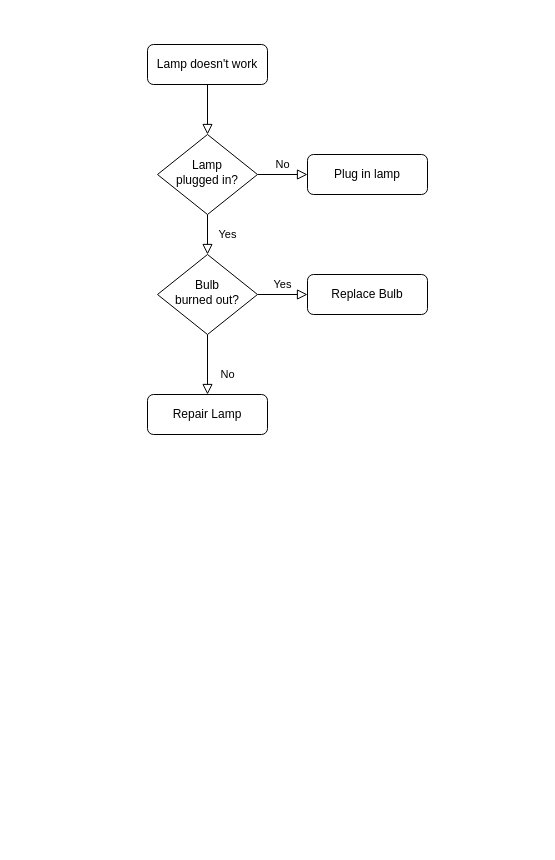
The draw.io diagram 100DOPblackjack.drawio in embabin/LearnPython, before the edit. Source tidied: cells renumbered, new cells numbered last; positions are measured from the earlier drawing's top-left corner, leaving out a move shared by most shapes. Both pictures are drawn from the tidied source at 100%, with x=0, y=0 at pixel (147, 44).
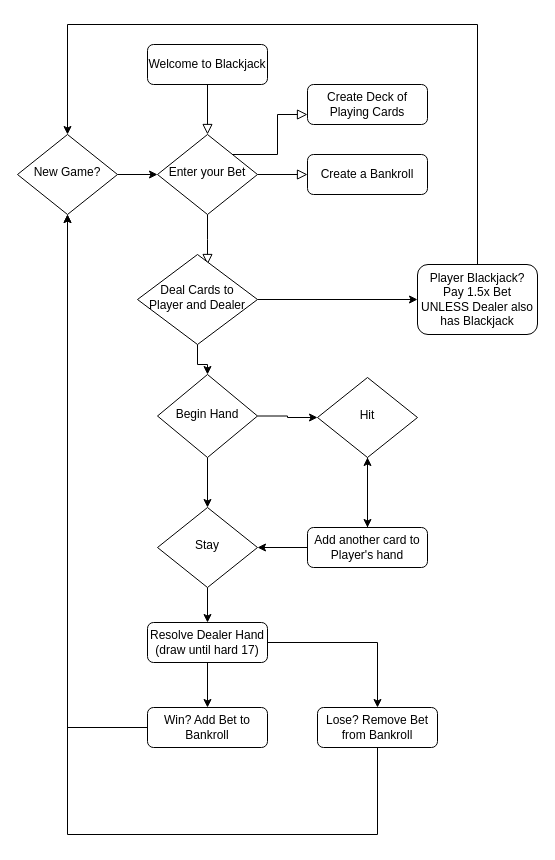
The same page after the edit.

The edit, as a diff of the source:
```diff
@@
-    <mxCell id="3" value="Lamp doesn't work" style="rounded=1;whiteSpace=wrap;html=1;fontSize=12;glass=0;strokeWidth=1;shadow=0;" parent="1" vertex="1">
+    <mxCell id="3" value="Welcome to Blackjack" style="rounded=1;whiteSpace=wrap;html=1;fontSize=12;glass=0;strokeWidth=1;shadow=0;" parent="1" vertex="1">
       <mxGeometry width="120" height="40" as="geometry" />
     </mxCell>
-    <mxCell id="4" value="Yes" style="rounded=0;html=1;jettySize=auto;fontSize=11;endArrow=block;endFill=0;endSize=8;strokeWidth=1;shadow=0;labelBackgroundColor=none;edgeStyle=orthogonalEdgeStyle;" parent="1" edge="1" source="6" target="10">
-      <mxGeometry y="20" relative="1" as="geometry" />
+    <mxCell id="4" style="rounded=0;html=1;jettySize=auto;fontSize=11;endArrow=block;endFill=0;endSize=8;strokeWidth=1;shadow=0;labelBackgroundColor=none;edgeStyle=orthogonalEdgeStyle;" parent="1" edge="1" source="6">
+      <mxGeometry y="20" relative="1" as="geometry">
+        <mxPoint x="60" y="220" as="targetPoint" />
+      </mxGeometry>
     </mxCell>
-    <mxCell id="5" value="No" style="edgeStyle=orthogonalEdgeStyle;rounded=0;html=1;jettySize=auto;fontSize=11;endArrow=block;endFill=0;endSize=8;strokeWidth=1;shadow=0;labelBackgroundColor=none;" parent="1" edge="1" source="6" target="7">
+    <mxCell id="5" style="edgeStyle=orthogonalEdgeStyle;rounded=0;html=1;jettySize=auto;fontSize=11;endArrow=block;endFill=0;endSize=8;strokeWidth=1;shadow=0;labelBackgroundColor=none;" parent="1" edge="1" source="6" target="7">
       <mxGeometry y="10" relative="1" as="geometry" />
     </mxCell>
-    <mxCell id="6" value="Lamp&lt;br&gt;plugged in?" style="rhombus;whiteSpace=wrap;html=1;shadow=0;fontFamily=Helvetica;fontSize=12;align=center;strokeWidth=1;spacing=6;spacingTop=-4;" parent="1" vertex="1">
+    <mxCell id="6" value="Enter your Bet" style="rhombus;whiteSpace=wrap;html=1;shadow=0;fontFamily=Helvetica;fontSize=12;align=center;strokeWidth=1;spacing=6;spacingTop=-4;" parent="1" vertex="1">
       <mxGeometry x="10" y="90" width="100" height="80" as="geometry" />
     </mxCell>
-    <mxCell id="7" value="Plug in lamp" style="rounded=1;whiteSpace=wrap;html=1;fontSize=12;glass=0;strokeWidth=1;shadow=0;" parent="1" vertex="1">
+    <mxCell id="7" value="Create a Bankroll" style="rounded=1;whiteSpace=wrap;html=1;fontSize=12;glass=0;strokeWidth=1;shadow=0;" parent="1" vertex="1">
       <mxGeometry x="160" y="110" width="120" height="40" as="geometry" />
     </mxCell>
-    <mxCell id="8" value="No" style="rounded=0;html=1;jettySize=auto;fontSize=11;endArrow=block;endFill=0;endSize=8;strokeWidth=1;shadow=0;labelBackgroundColor=none;edgeStyle=orthogonalEdgeStyle;" parent="1" edge="1" source="10" target="11">
-      <mxGeometry x="0.33" y="20" relative="1" as="geometry" />
-    </mxCell>
-    <mxCell id="9" value="Yes" style="edgeStyle=orthogonalEdgeStyle;rounded=0;html=1;jettySize=auto;fontSize=11;endArrow=block;endFill=0;endSize=8;strokeWidth=1;shadow=0;labelBackgroundColor=none;" parent="1" edge="1" source="10" target="12">
-      <mxGeometry y="10" relative="1" as="geometry" />
-    </mxCell>
-    <mxCell id="10" value="Bulb&lt;br&gt;burned out?" style="rhombus;whiteSpace=wrap;html=1;shadow=0;fontFamily=Helvetica;fontSize=12;align=center;strokeWidth=1;spacing=6;spacingTop=-4;" parent="1" vertex="1">
-      <mxGeometry x="10" y="210" width="100" height="80" as="geometry" />
-    </mxCell>
-    <mxCell id="11" value="Repair Lamp" style="rounded=1;whiteSpace=wrap;html=1;fontSize=12;glass=0;strokeWidth=1;shadow=0;" parent="1" vertex="1">
-      <mxGeometry y="350" width="120" height="40" as="geometry" />
-    </mxCell>
-    <mxCell id="12" value="Replace Bulb" style="rounded=1;whiteSpace=wrap;html=1;fontSize=12;glass=0;strokeWidth=1;shadow=0;" parent="1" vertex="1">
-      <mxGeometry x="160" y="230" width="120" height="40" as="geometry" />
-    </mxCell>
+    <mxCell id="13" value="Create Deck of Playing Cards" style="rounded=1;whiteSpace=wrap;html=1;fontSize=12;glass=0;strokeWidth=1;shadow=0;" parent="1" vertex="1">
+      <mxGeometry x="160" y="40" width="120" height="40" as="geometry" />
+    </mxCell>
+    <mxCell id="14" style="edgeStyle=orthogonalEdgeStyle;rounded=0;jettySize=auto;html=1;" parent="1" edge="1" source="16" target="18">
+      <mxGeometry relative="1" as="geometry" />
+    </mxCell>
+    <mxCell id="15" style="edgeStyle=orthogonalEdgeStyle;rounded=0;jettySize=auto;html=1;" parent="1" edge="1" source="16" target="20">
+      <mxGeometry relative="1" as="geometry" />
+    </mxCell>
+    <mxCell id="16" value="Begin Hand" style="rhombus;whiteSpace=wrap;html=1;shadow=0;fontFamily=Helvetica;fontSize=12;align=center;strokeWidth=1;spacing=6;spacingTop=-4;" parent="1" vertex="1">
+      <mxGeometry x="10" y="330" width="100" height="83" as="geometry" />
+    </mxCell>
+    <mxCell id="17" style="edgeStyle=orthogonalEdgeStyle;rounded=0;jettySize=auto;html=1;" parent="1" edge="1" source="18" target="27">
+      <mxGeometry relative="1" as="geometry" />
+    </mxCell>
+    <mxCell id="18" value="Stay" style="rhombus;whiteSpace=wrap;html=1;shadow=0;fontFamily=Helvetica;fontSize=12;align=center;strokeWidth=1;spacing=6;spacingTop=-4;" parent="1" vertex="1">
+      <mxGeometry x="10" y="463" width="100" height="80" as="geometry" />
+    </mxCell>
+    <mxCell id="19" style="edgeStyle=orthogonalEdgeStyle;rounded=0;jettySize=auto;html=1;" parent="1" edge="1" source="20" target="24">
+      <mxGeometry relative="1" as="geometry" />
+    </mxCell>
+    <mxCell id="20" value="Hit" style="rhombus;whiteSpace=wrap;html=1;shadow=0;fontFamily=Helvetica;fontSize=12;align=center;strokeWidth=1;spacing=6;spacingTop=-4;" parent="1" vertex="1">
+      <mxGeometry x="170" y="333" width="100" height="80" as="geometry" />
+    </mxCell>
+    <mxCell id="21" style="edgeStyle=orthogonalEdgeStyle;rounded=0;html=1;jettySize=auto;fontSize=11;endArrow=block;endFill=0;endSize=8;strokeWidth=1;shadow=0;labelBackgroundColor=none;entryX=0;entryY=0.75;entryDx=0;entryDy=0;exitX=1;exitY=0;exitDx=0;exitDy=0;" parent="1" edge="1" source="6" target="13">
+      <mxGeometry y="10" relative="1" as="geometry">
+        <Array as="points">
+          <mxPoint x="130" y="110" />
+          <mxPoint x="130" y="70" />
+        </Array>
+      </mxGeometry>
+    </mxCell>
+    <mxCell id="22" style="edgeStyle=orthogonalEdgeStyle;rounded=0;jettySize=auto;html=1;" parent="1" edge="1" source="24" target="20">
+      <mxGeometry relative="1" as="geometry" />
+    </mxCell>
+    <mxCell id="23" style="edgeStyle=orthogonalEdgeStyle;rounded=0;jettySize=auto;html=1;" parent="1" edge="1" source="24" target="18">
+      <mxGeometry relative="1" as="geometry" />
+    </mxCell>
+    <mxCell id="24" value="Add another card to Player's hand" style="rounded=1;whiteSpace=wrap;html=1;fontSize=12;glass=0;strokeWidth=1;shadow=0;" parent="1" vertex="1">
+      <mxGeometry x="160" y="483" width="120" height="40" as="geometry" />
+    </mxCell>
+    <mxCell id="25" style="edgeStyle=orthogonalEdgeStyle;rounded=0;jettySize=auto;html=1;" parent="1" edge="1" source="27" target="29">
+      <mxGeometry relative="1" as="geometry" />
+    </mxCell>
+    <mxCell id="26" style="edgeStyle=orthogonalEdgeStyle;rounded=0;jettySize=auto;html=1;" parent="1" edge="1" source="27" target="31">
+      <mxGeometry relative="1" as="geometry" />
+    </mxCell>
+    <mxCell id="27" value="Resolve Dealer Hand (draw until hard 17)" style="rounded=1;whiteSpace=wrap;html=1;fontSize=12;glass=0;strokeWidth=1;shadow=0;" parent="1" vertex="1">
+      <mxGeometry y="578" width="120" height="40" as="geometry" />
+    </mxCell>
+    <mxCell id="28" style="edgeStyle=orthogonalEdgeStyle;rounded=0;jettySize=auto;html=1;" parent="1" edge="1" source="29" target="38">
+      <mxGeometry relative="1" as="geometry" />
+    </mxCell>
+    <mxCell id="29" value="Win? Add Bet to Bankroll" style="rounded=1;whiteSpace=wrap;html=1;fontSize=12;glass=0;strokeWidth=1;shadow=0;" parent="1" vertex="1">
+      <mxGeometry y="663" width="120" height="40" as="geometry" />
+    </mxCell>
+    <mxCell id="30" style="edgeStyle=orthogonalEdgeStyle;rounded=0;jettySize=auto;html=1;" parent="1" edge="1" source="31" target="38">
+      <mxGeometry relative="1" as="geometry">
+        <Array as="points">
+          <mxPoint x="230" y="790" />
+          <mxPoint x="-80" y="790" />
+        </Array>
+      </mxGeometry>
+    </mxCell>
+    <mxCell id="31" value="Lose? Remove Bet from Bankroll" style="rounded=1;whiteSpace=wrap;html=1;fontSize=12;glass=0;strokeWidth=1;shadow=0;" parent="1" vertex="1">
+      <mxGeometry x="170" y="663" width="120" height="40" as="geometry" />
+    </mxCell>
+    <mxCell id="32" style="edgeStyle=orthogonalEdgeStyle;rounded=0;jettySize=auto;html=1;" parent="1" edge="1" source="34" target="36">
+      <mxGeometry relative="1" as="geometry" />
+    </mxCell>
+    <mxCell id="33" style="edgeStyle=orthogonalEdgeStyle;rounded=0;jettySize=auto;html=1;" parent="1" edge="1" source="34" target="16">
+      <mxGeometry relative="1" as="geometry" />
+    </mxCell>
+    <mxCell id="34" value="Deal Cards to Player and Dealer" style="rhombus;whiteSpace=wrap;html=1;shadow=0;fontFamily=Helvetica;fontSize=12;align=center;strokeWidth=1;spacing=6;spacingTop=-4;" parent="1" vertex="1">
+      <mxGeometry x="-10" y="210" width="120" height="90" as="geometry" />
+    </mxCell>
+    <mxCell id="35" style="edgeStyle=orthogonalEdgeStyle;rounded=0;jettySize=auto;html=1;" parent="1" edge="1" source="36" target="38">
+      <mxGeometry relative="1" as="geometry">
+        <Array as="points">
+          <mxPoint x="330" y="-20" />
+          <mxPoint x="-80" y="-20" />
+        </Array>
+      </mxGeometry>
+    </mxCell>
+    <mxCell id="36" value="Player Blackjack? Pay 1.5x Bet UNLESS Dealer also has Blackjack" style="rounded=1;whiteSpace=wrap;html=1;fontSize=12;glass=0;strokeWidth=1;shadow=0;" parent="1" vertex="1">
+      <mxGeometry x="270" y="220" width="120" height="70" as="geometry" />
+    </mxCell>
+    <mxCell id="37" style="edgeStyle=orthogonalEdgeStyle;rounded=0;jettySize=auto;html=1;" parent="1" edge="1" source="38" target="6">
+      <mxGeometry relative="1" as="geometry" />
+    </mxCell>
+    <mxCell id="38" value="New Game?" style="rhombus;whiteSpace=wrap;html=1;shadow=0;fontFamily=Helvetica;fontSize=12;align=center;strokeWidth=1;spacing=6;spacingTop=-4;" parent="1" vertex="1">
+      <mxGeometry x="-130" y="90" width="100" height="80" as="geometry" />
+    </mxCell>
```
